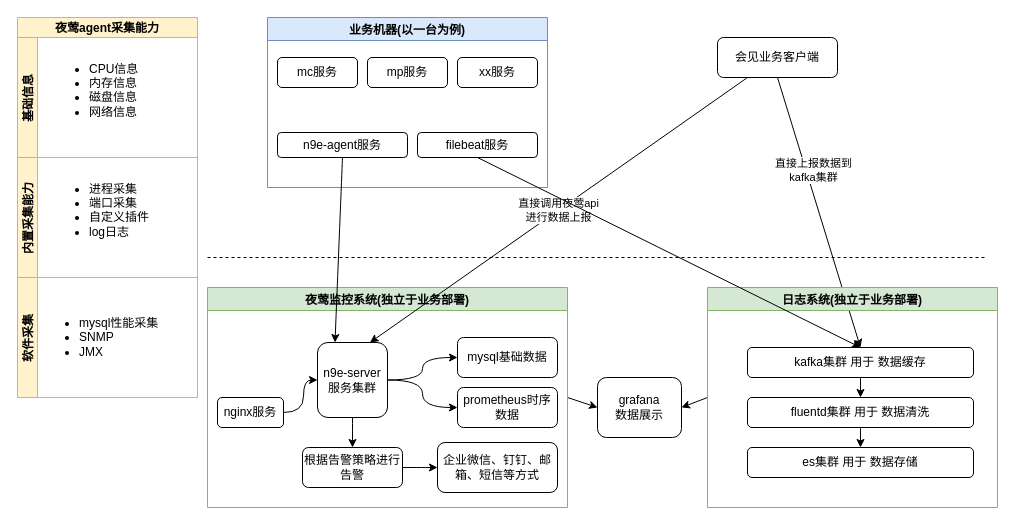
Sycjyy/myshare keeps this draw.io diagram as Untitled Diagram.drawio. Above is the earlier version. Source tidied: cells renumbered, new cells numbered last; positions are measured from the earlier drawing's top-left corner, leaving out a move shared by most shapes. Both pictures are drawn from the tidied source at 100%, with x=0, y=0 at pixel (17, 17).
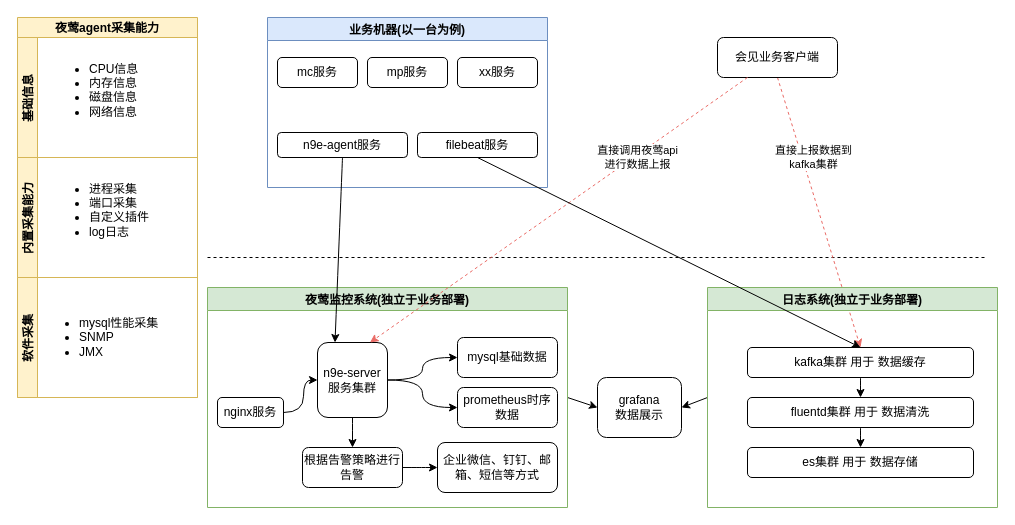
The same page after the edit.

Unchanged cells that the change refers to:
```xml
<mxCell id="5" value="会见业务客户端" style="rounded=1;whiteSpace=wrap;html=1;fontSize=12;glass=0;strokeWidth=1;shadow=0;" parent="1" vertex="1">
  <mxGeometry x="700" y="20" width="120" height="40" as="geometry" />
</mxCell>
<mxCell id="12" value="n9e-server服务集群" style="rounded=1;whiteSpace=wrap;html=1;align=center;" parent="7" vertex="1">
  <mxGeometry x="110" y="55" width="70" height="75" as="geometry" />
</mxCell>
<mxCell id="38" value="kafka集群 用于 数据缓存" style="rounded=1;whiteSpace=wrap;html=1;align=center;" parent="36" vertex="1">
  <mxGeometry x="40" y="60" width="226" height="30" as="geometry" />
</mxCell>
```

Change to the diagram source:
```diff
@@
-    <mxCell id="3" style="rounded=0;jettySize=auto;html=1;exitX=0.5;exitY=1;exitDx=0;exitDy=0;entryX=0.5;entryY=0;entryDx=0;entryDy=0;" parent="1" edge="1" source="5" target="38">
+    <mxCell id="3" style="rounded=0;jettySize=auto;html=1;exitX=0.5;exitY=1;exitDx=0;exitDy=0;entryX=0.5;entryY=0;entryDx=0;entryDy=0;strokeColor=#EA6B66;dashed=1;" parent="1" edge="1" source="5" target="38">
       <mxGeometry relative="1" as="geometry" />
     </mxCell>
     <mxCell id="4" value="直接上报数据到&lt;br&gt;kafka集群" style="edgeLabel;html=1;align=center;verticalAlign=middle;" parent="3" vertex="1">
-      <mxGeometry x="-0.3" y="7" relative="1" as="geometry" />
+      <mxGeometry x="-0.3" y="7" relative="1" as="geometry">
+        <mxPoint y="-13" as="offset" />
+      </mxGeometry>
     </mxCell>
@@
-    <mxCell id="25" style="endArrow=classic;html=1;rounded=0;entryX=0.75;entryY=0;entryDx=0;entryDy=0;exitX=0.25;exitY=1;exitDx=0;exitDy=0;" parent="1" edge="1" source="5" target="12">
+    <mxCell id="25" style="endArrow=classic;html=1;rounded=0;entryX=0.75;entryY=0;entryDx=0;entryDy=0;exitX=0.25;exitY=1;exitDx=0;exitDy=0;dashed=1;strokeColor=#EA6B66;" parent="1" edge="1" source="5" target="12">
       <mxGeometry relative="1" as="geometry" />
     </mxCell>
     <mxCell id="26" value="直接调用夜莺api&lt;br&gt;进行数据上报" style="edgeLabel;html=1;align=center;verticalAlign=middle;" parent="25" vertex="1">
-      <mxGeometry relative="1" as="geometry" />
+      <mxGeometry relative="1" as="geometry">
+        <mxPoint x="79" y="-53" as="offset" />
+      </mxGeometry>
     </mxCell>
```
